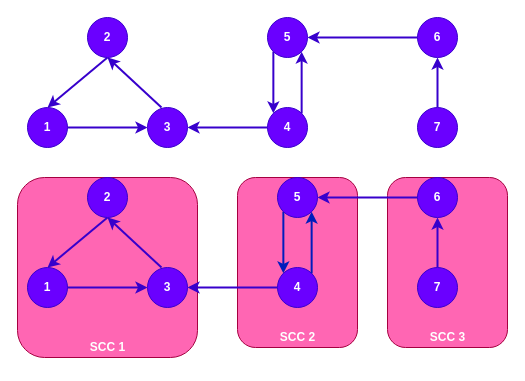
Before: page "Page-2" (2 of 2) of strongly connected components.drawio in pustvts/pustvts-info, a draw.io diagram. Source tidied: cells renumbered, new cells numbered last; positions are measured from the earlier drawing's top-left corner, leaving out a move shared by most shapes. Both pictures are drawn from the tidied source at 100%, with x=0, y=0 at pixel (17, 17).
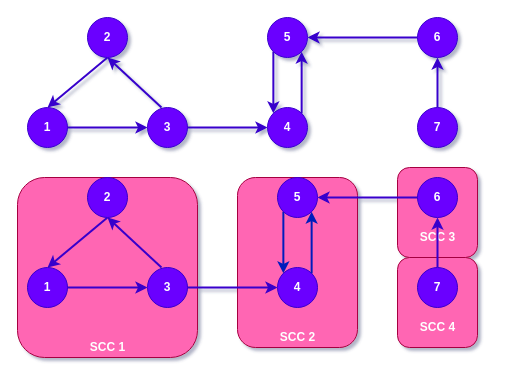
After the change.

Unchanged cells that the change refers to:
```xml
<mxCell id="5" style="group;fontStyle=1;" parent="1" vertex="1">
  <mxGeometry x="220" y="160" width="120" height="170" as="geometry" />
</mxCell>
<mxCell id="10" value="1" style="ellipse;whiteSpace=wrap;html=1;fillColor=#6a00ff;fontColor=#ffffff;strokeColor=#3700CC;fontStyle=1;" parent="1" vertex="1">
  <mxGeometry x="10" y="90" width="40" height="40" as="geometry" />
</mxCell>
<mxCell id="12" value="2" style="ellipse;whiteSpace=wrap;html=1;fillColor=#6a00ff;fontColor=#ffffff;strokeColor=#3700CC;fontStyle=1;" parent="1" vertex="1">
  <mxGeometry x="70" width="40" height="40" as="geometry" />
</mxCell>
<mxCell id="15" value="3" style="ellipse;whiteSpace=wrap;html=1;fillColor=#6a00ff;fontColor=#ffffff;strokeColor=#3700CC;fontStyle=1;" parent="1" vertex="1">
  <mxGeometry x="130" y="90" width="40" height="40" as="geometry" />
</mxCell>
<mxCell id="17" value="4" style="ellipse;whiteSpace=wrap;html=1;fillColor=#6a00ff;fontColor=#ffffff;strokeColor=#3700CC;fontStyle=1;" parent="1" vertex="1">
  <mxGeometry x="250" y="90" width="40" height="40" as="geometry" />
</mxCell>
<mxCell id="20" value="5" style="ellipse;whiteSpace=wrap;html=1;fillColor=#6a00ff;fontColor=#ffffff;strokeColor=#3700CC;fontStyle=1;" parent="1" vertex="1">
  <mxGeometry x="250" width="40" height="40" as="geometry" />
</mxCell>
<mxCell id="21" value="7" style="ellipse;whiteSpace=wrap;html=1;fillColor=#6a00ff;fontColor=#ffffff;strokeColor=#3700CC;fontStyle=1;" parent="1" vertex="1">
  <mxGeometry x="400" y="90" width="40" height="40" as="geometry" />
</mxCell>
<mxCell id="23" value="6" style="ellipse;whiteSpace=wrap;html=1;fillColor=#6a00ff;fontColor=#ffffff;strokeColor=#3700CC;fontStyle=1;" parent="1" vertex="1">
  <mxGeometry x="400" width="40" height="40" as="geometry" />
</mxCell>
<mxCell id="25" value="1" style="ellipse;whiteSpace=wrap;html=1;fillColor=#6a00ff;fontColor=#ffffff;strokeColor=#3700CC;fontStyle=1;" parent="1" vertex="1">
  <mxGeometry x="10" y="250" width="40" height="40" as="geometry" />
</mxCell>
<mxCell id="27" value="2" style="ellipse;whiteSpace=wrap;html=1;fillColor=#6a00ff;fontColor=#ffffff;strokeColor=#3700CC;fontStyle=1;" parent="1" vertex="1">
  <mxGeometry x="70" y="160" width="40" height="40" as="geometry" />
</mxCell>
<mxCell id="30" value="3" style="ellipse;whiteSpace=wrap;html=1;fillColor=#6a00ff;fontColor=#ffffff;strokeColor=#3700CC;fontStyle=1;" parent="1" vertex="1">
  <mxGeometry x="130" y="250" width="40" height="40" as="geometry" />
</mxCell>
<mxCell id="32" value="4" style="ellipse;whiteSpace=wrap;html=1;fillColor=#6a00ff;fontColor=#ffffff;strokeColor=#3700CC;fontStyle=1;" parent="1" vertex="1">
  <mxGeometry x="260" y="250" width="40" height="40" as="geometry" />
</mxCell>
<mxCell id="35" value="5" style="ellipse;whiteSpace=wrap;html=1;fillColor=#6a00ff;fontColor=#ffffff;strokeColor=#3700CC;fontStyle=1;" parent="1" vertex="1">
  <mxGeometry x="260" y="160" width="40" height="40" as="geometry" />
</mxCell>
<mxCell id="36" value="7" style="ellipse;whiteSpace=wrap;html=1;fillColor=#6a00ff;fontColor=#ffffff;strokeColor=#3700CC;fontStyle=1;" parent="1" vertex="1">
  <mxGeometry x="400" y="250" width="40" height="40" as="geometry" />
</mxCell>
<mxCell id="38" value="6" style="ellipse;whiteSpace=wrap;html=1;fillColor=#6a00ff;fontColor=#ffffff;strokeColor=#3700CC;fontStyle=1;" parent="1" vertex="1">
  <mxGeometry x="400" y="160" width="40" height="40" as="geometry" />
</mxCell>
```

Change to the diagram source:
```diff
@@
-<mxGraphModel>
+<mxGraphModel shadow="1">
@@
-    <mxCell id="2" style="group;fontStyle=1;" parent="1" vertex="1">
-      <mxGeometry x="370" y="160" width="120" height="170" as="geometry" />
-    </mxCell>
-    <mxCell id="3" style="whiteSpace=wrap;html=1;fillColor=#FF66B3;fontColor=#ffffff;strokeColor=#A50040;rounded=1;fontStyle=1;" parent="2" vertex="1">
-      <mxGeometry width="120" height="170" as="geometry" />
-    </mxCell>
+    <mxCell id="40" style="group;fontStyle=1;" parent="1" vertex="1">
+      <mxGeometry x="380" y="150" width="80" height="100" as="geometry" />
+    </mxCell>
+    <mxCell id="41" style="whiteSpace=wrap;html=1;fillColor=#FF66B3;fontColor=#ffffff;strokeColor=#A50040;rounded=1;fontStyle=1;" parent="40" vertex="1">
+      <mxGeometry width="80" height="90" as="geometry" />
+    </mxCell>
-    <mxCell id="4" value="SCC 3" style="text;html=1;align=center;verticalAlign=middle;strokeColor=none;fillColor=none;fontColor=#FFFFFF;fontStyle=1;" parent="2" vertex="1">
-      <mxGeometry x="30" y="150" width="60" height="20" as="geometry" />
+    <mxCell id="4" value="SCC 3" style="text;html=1;align=center;verticalAlign=middle;strokeColor=none;fillColor=none;fontColor=#FFFFFF;fontStyle=1;" parent="40" vertex="1">
+      <mxGeometry x="10" y="60" width="60" height="20" as="geometry" />
     </mxCell>
+    <mxCell id="42" style="group;fontStyle=1;" parent="1" vertex="1">
+      <mxGeometry x="380" y="240" width="80" height="100" as="geometry" />
+    </mxCell>
+    <mxCell id="43" style="whiteSpace=wrap;html=1;fillColor=#FF66B3;fontColor=#ffffff;strokeColor=#A50040;rounded=1;fontStyle=1;" parent="42" vertex="1">
+      <mxGeometry width="80" height="90" as="geometry" />
+    </mxCell>
+    <mxCell id="44" value="SCC 4" style="text;html=1;align=center;verticalAlign=middle;strokeColor=none;fillColor=none;fontColor=#FFFFFF;fontStyle=1;" parent="42" vertex="1">
+      <mxGeometry x="10" y="60" width="60" height="20" as="geometry" />
+    </mxCell>
@@
-    <mxCell id="6" style="whiteSpace=wrap;html=1;fillColor=#FF66B3;fontColor=#ffffff;strokeColor=#A50040;rounded=1;fontStyle=1;" parent="5" vertex="1">
-      <mxGeometry width="120" height="170" as="geometry" />
-    </mxCell>
+    <mxCell id="45" style="whiteSpace=wrap;html=1;fillColor=#FF66B3;fontColor=#ffffff;strokeColor=#A50040;rounded=1;fontStyle=1;" parent="5" vertex="1">
+      <mxGeometry width="120" height="170" as="geometry" />
+    </mxCell>
@@
-    <mxCell id="9" style="edgeStyle=none;rounded=0;jettySize=auto;html=1;exitX=0.5;exitY=0;exitDx=0;exitDy=0;entryX=0.5;entryY=1;entryDx=0;entryDy=0;fillColor=#6a00ff;strokeColor=#3700CC;strokeWidth=2;fontStyle=1;endArrow=none;endFill=0;startArrow=classic;startFill=1;" parent="1" edge="1" source="10" target="12">
+    <mxCell id="9" style="edgeStyle=none;rounded=0;jettySize=auto;html=1;exitX=0.5;exitY=0;exitDx=0;exitDy=0;entryX=0.5;entryY=1;entryDx=0;entryDy=0;fillColor=#6a00ff;strokeColor=#3700CC;strokeWidth=2;fontStyle=1;startArrow=classic;startFill=1;endArrow=none;endFill=0;" parent="1" edge="1" source="10" target="12">
       <mxGeometry relative="1" as="geometry" />
     </mxCell>
@@
-    <mxCell id="11" style="edgeStyle=none;rounded=0;jettySize=auto;html=1;exitX=0.5;exitY=1;exitDx=0;exitDy=0;entryX=0.35;entryY=0;entryDx=0;entryDy=0;entryPerimeter=0;fillColor=#6a00ff;strokeColor=#3700CC;strokeWidth=2;fontStyle=1;endArrow=none;endFill=0;startArrow=classic;startFill=1;" parent="1" edge="1" source="12" target="15">
+    <mxCell id="11" style="edgeStyle=none;rounded=0;jettySize=auto;html=1;exitX=0.5;exitY=1;exitDx=0;exitDy=0;entryX=0.35;entryY=0;entryDx=0;entryDy=0;entryPerimeter=0;fillColor=#6a00ff;strokeColor=#3700CC;strokeWidth=2;fontStyle=1;startArrow=classic;startFill=1;endArrow=none;endFill=0;" parent="1" edge="1" source="12" target="15">
       <mxGeometry relative="1" as="geometry" />
     </mxCell>
@@
-    <mxCell id="13" style="edgeStyle=none;rounded=0;jettySize=auto;html=1;exitX=0;exitY=0.5;exitDx=0;exitDy=0;entryX=1;entryY=0.5;entryDx=0;entryDy=0;fillColor=#6a00ff;strokeColor=#3700CC;strokeWidth=2;fontStyle=1;endArrow=none;endFill=0;startArrow=classic;startFill=1;" parent="1" edge="1" source="15" target="10">
+    <mxCell id="13" style="edgeStyle=none;rounded=0;jettySize=auto;html=1;exitX=0;exitY=0.5;exitDx=0;exitDy=0;entryX=1;entryY=0.5;entryDx=0;entryDy=0;fillColor=#6a00ff;strokeColor=#3700CC;strokeWidth=2;fontStyle=1;startArrow=classic;startFill=1;endArrow=none;endFill=0;" parent="1" edge="1" source="15" target="10">
       <mxGeometry relative="1" as="geometry" />
     </mxCell>
-    <mxCell id="14" style="edgeStyle=none;rounded=0;jettySize=auto;html=1;exitX=1;exitY=0.5;exitDx=0;exitDy=0;entryX=0;entryY=0.5;entryDx=0;entryDy=0;fillColor=#6a00ff;strokeColor=#3700CC;strokeWidth=2;fontStyle=1;endArrow=none;endFill=0;startArrow=classic;startFill=1;" parent="1" edge="1" source="15" target="17">
-      <mxGeometry relative="1" as="geometry" />
-    </mxCell>
@@
-    <mxCell id="16" style="edgeStyle=orthogonalEdgeStyle;rounded=0;jettySize=auto;html=1;exitX=0;exitY=0;exitDx=0;exitDy=0;entryX=0;entryY=1;entryDx=0;entryDy=0;fillColor=#6a00ff;strokeColor=#3700CC;strokeWidth=2;fontStyle=1;endArrow=none;endFill=0;startArrow=classic;startFill=1;" parent="1" edge="1" source="17" target="20">
+    <mxCell id="16" style="edgeStyle=orthogonalEdgeStyle;rounded=0;jettySize=auto;html=1;exitX=0;exitY=0;exitDx=0;exitDy=0;entryX=0;entryY=1;entryDx=0;entryDy=0;fillColor=#6a00ff;strokeColor=#3700CC;strokeWidth=2;fontStyle=1;startArrow=classic;startFill=1;endArrow=none;endFill=0;" parent="1" edge="1" source="17" target="20">
       <mxGeometry relative="1" as="geometry" />
     </mxCell>
@@
-    <mxCell id="18" style="edgeStyle=none;rounded=0;jettySize=auto;html=1;exitX=1;exitY=0.5;exitDx=0;exitDy=0;entryX=0;entryY=0.5;entryDx=0;entryDy=0;fillColor=#6a00ff;strokeColor=#3700CC;strokeWidth=2;fontStyle=1;endArrow=none;endFill=0;startArrow=classic;startFill=1;" parent="1" edge="1" source="20" target="23">
+    <mxCell id="18" style="edgeStyle=none;rounded=0;jettySize=auto;html=1;exitX=1;exitY=0.5;exitDx=0;exitDy=0;entryX=0;entryY=0.5;entryDx=0;entryDy=0;fillColor=#6a00ff;strokeColor=#3700CC;strokeWidth=2;fontStyle=1;startArrow=classic;startFill=1;endArrow=none;endFill=0;" parent="1" edge="1" source="20" target="23">
       <mxGeometry relative="1" as="geometry" />
     </mxCell>
-    <mxCell id="19" style="edgeStyle=orthogonalEdgeStyle;rounded=0;jettySize=auto;html=1;exitX=1;exitY=1;exitDx=0;exitDy=0;entryX=1;entryY=0;entryDx=0;entryDy=0;fillColor=#6a00ff;strokeColor=#3700CC;strokeWidth=2;fontStyle=1;endArrow=none;endFill=0;startArrow=classic;startFill=1;" parent="1" edge="1" source="20" target="17">
+    <mxCell id="19" style="edgeStyle=orthogonalEdgeStyle;rounded=0;jettySize=auto;html=1;exitX=1;exitY=1;exitDx=0;exitDy=0;entryX=1;entryY=0;entryDx=0;entryDy=0;fillColor=#6a00ff;strokeColor=#3700CC;strokeWidth=2;fontStyle=1;startArrow=classic;startFill=1;endArrow=none;endFill=0;" parent="1" edge="1" source="20" target="17">
       <mxGeometry relative="1" as="geometry" />
     </mxCell>
@@
-    <mxCell id="22" style="edgeStyle=none;rounded=0;jettySize=auto;html=1;exitX=0.5;exitY=1;exitDx=0;exitDy=0;entryX=0.5;entryY=0;entryDx=0;entryDy=0;fillColor=#6a00ff;strokeColor=#3700CC;strokeWidth=2;fontStyle=1;endArrow=none;endFill=0;startArrow=classic;startFill=1;" parent="1" edge="1" source="23" target="21">
+    <mxCell id="22" style="edgeStyle=none;rounded=0;jettySize=auto;html=1;exitX=0.5;exitY=1;exitDx=0;exitDy=0;entryX=0.5;entryY=0;entryDx=0;entryDy=0;fillColor=#6a00ff;strokeColor=#3700CC;strokeWidth=2;fontStyle=1;startArrow=classic;startFill=1;endArrow=none;endFill=0;" parent="1" edge="1" source="23" target="21">
       <mxGeometry relative="1" as="geometry" />
     </mxCell>
@@
-    <mxCell id="24" style="edgeStyle=none;rounded=0;jettySize=auto;html=1;exitX=0.5;exitY=0;exitDx=0;exitDy=0;entryX=0.5;entryY=1;entryDx=0;entryDy=0;fillColor=#6a00ff;strokeColor=#3700CC;strokeWidth=2;fontStyle=1;endArrow=none;endFill=0;startArrow=classic;startFill=1;" parent="1" edge="1" source="25" target="27">
+    <mxCell id="24" style="edgeStyle=none;rounded=0;jettySize=auto;html=1;exitX=0.5;exitY=0;exitDx=0;exitDy=0;entryX=0.5;entryY=1;entryDx=0;entryDy=0;fillColor=#6a00ff;strokeColor=#3700CC;strokeWidth=2;fontStyle=1;startArrow=classic;startFill=1;endArrow=none;endFill=0;" parent="1" edge="1" source="25" target="27">
       <mxGeometry relative="1" as="geometry" />
     </mxCell>
@@
-    <mxCell id="26" style="edgeStyle=none;rounded=0;jettySize=auto;html=1;exitX=0.5;exitY=1;exitDx=0;exitDy=0;entryX=0.35;entryY=0;entryDx=0;entryDy=0;entryPerimeter=0;fillColor=#6a00ff;strokeColor=#3700CC;strokeWidth=2;fontStyle=1;endArrow=none;endFill=0;startArrow=classic;startFill=1;" parent="1" edge="1" source="27" target="30">
+    <mxCell id="26" style="edgeStyle=none;rounded=0;jettySize=auto;html=1;exitX=0.5;exitY=1;exitDx=0;exitDy=0;entryX=0.35;entryY=0;entryDx=0;entryDy=0;entryPerimeter=0;fillColor=#6a00ff;strokeColor=#3700CC;strokeWidth=2;fontStyle=1;startArrow=classic;startFill=1;endArrow=none;endFill=0;" parent="1" edge="1" source="27" target="30">
       <mxGeometry relative="1" as="geometry" />
     </mxCell>
@@
-    <mxCell id="28" style="edgeStyle=none;rounded=0;jettySize=auto;html=1;exitX=0;exitY=0.5;exitDx=0;exitDy=0;entryX=1;entryY=0.5;entryDx=0;entryDy=0;fillColor=#6a00ff;strokeColor=#3700CC;strokeWidth=2;fontStyle=1;endArrow=none;endFill=0;startArrow=classic;startFill=1;" parent="1" edge="1" source="30" target="25">
+    <mxCell id="28" style="edgeStyle=none;rounded=0;jettySize=auto;html=1;exitX=0;exitY=0.5;exitDx=0;exitDy=0;entryX=1;entryY=0.5;entryDx=0;entryDy=0;fillColor=#6a00ff;strokeColor=#3700CC;strokeWidth=2;fontStyle=1;startArrow=classic;startFill=1;endArrow=none;endFill=0;" parent="1" edge="1" source="30" target="25">
       <mxGeometry relative="1" as="geometry" />
     </mxCell>
-    <mxCell id="29" style="edgeStyle=none;rounded=0;jettySize=auto;html=1;exitX=1;exitY=0.5;exitDx=0;exitDy=0;entryX=0;entryY=0.5;entryDx=0;entryDy=0;fillColor=#6a00ff;strokeColor=#3700CC;strokeWidth=2;fontStyle=1;endArrow=none;endFill=0;startArrow=classic;startFill=1;" parent="1" edge="1" source="30" target="32">
-      <mxGeometry relative="1" as="geometry" />
-    </mxCell>
+    <mxCell id="46" style="edgeStyle=none;rounded=0;jettySize=auto;html=1;exitX=0;exitY=0.5;exitDx=0;exitDy=0;fillColor=#6a00ff;strokeColor=#3700CC;strokeWidth=2;fontStyle=1;entryX=1;entryY=0.5;entryDx=0;entryDy=0;startArrow=classic;startFill=1;endArrow=none;endFill=0;" parent="1" edge="1" source="32" target="30">
+      <mxGeometry relative="1" as="geometry" />
+    </mxCell>
@@
-    <mxCell id="31" style="edgeStyle=orthogonalEdgeStyle;rounded=0;jettySize=auto;html=1;exitX=0;exitY=0;exitDx=0;exitDy=0;entryX=0;entryY=1;entryDx=0;entryDy=0;fillColor=#0050ef;strokeColor=#001DBC;strokeWidth=2;fontStyle=1;endArrow=none;endFill=0;startArrow=classic;startFill=1;" parent="1" edge="1" source="32" target="35">
+    <mxCell id="31" style="edgeStyle=orthogonalEdgeStyle;rounded=0;jettySize=auto;html=1;exitX=0;exitY=0;exitDx=0;exitDy=0;entryX=0;entryY=1;entryDx=0;entryDy=0;fillColor=#0050ef;strokeColor=#001DBC;strokeWidth=2;fontStyle=1;startArrow=classic;startFill=1;endArrow=none;endFill=0;" parent="1" edge="1" source="32" target="35">
       <mxGeometry relative="1" as="geometry" />
     </mxCell>
@@
-    <mxCell id="33" style="edgeStyle=none;rounded=0;jettySize=auto;html=1;exitX=1;exitY=0.5;exitDx=0;exitDy=0;entryX=0;entryY=0.5;entryDx=0;entryDy=0;fillColor=#6a00ff;strokeColor=#3700CC;strokeWidth=2;fontStyle=1;endArrow=none;endFill=0;startArrow=classic;startFill=1;" parent="1" edge="1" source="35" target="38">
+    <mxCell id="33" style="edgeStyle=none;rounded=0;jettySize=auto;html=1;exitX=1;exitY=0.5;exitDx=0;exitDy=0;entryX=0;entryY=0.5;entryDx=0;entryDy=0;fillColor=#6a00ff;strokeColor=#3700CC;strokeWidth=2;fontStyle=1;startArrow=classic;startFill=1;endArrow=none;endFill=0;" parent="1" edge="1" source="35" target="38">
       <mxGeometry relative="1" as="geometry" />
     </mxCell>
-    <mxCell id="34" style="edgeStyle=orthogonalEdgeStyle;rounded=0;jettySize=auto;html=1;exitX=1;exitY=1;exitDx=0;exitDy=0;entryX=1;entryY=0;entryDx=0;entryDy=0;fillColor=#0050ef;strokeColor=#001DBC;strokeWidth=2;fontStyle=1;endArrow=none;endFill=0;startArrow=classic;startFill=1;" parent="1" edge="1" source="35" target="32">
+    <mxCell id="34" style="edgeStyle=orthogonalEdgeStyle;rounded=0;jettySize=auto;html=1;exitX=1;exitY=1;exitDx=0;exitDy=0;entryX=1;entryY=0;entryDx=0;entryDy=0;fillColor=#0050ef;strokeColor=#001DBC;strokeWidth=2;fontStyle=1;startArrow=classic;startFill=1;endArrow=none;endFill=0;" parent="1" edge="1" source="35" target="32">
       <mxGeometry relative="1" as="geometry" />
     </mxCell>
@@
-    <mxCell id="37" style="edgeStyle=none;rounded=0;jettySize=auto;html=1;exitX=0.5;exitY=1;exitDx=0;exitDy=0;entryX=0.5;entryY=0;entryDx=0;entryDy=0;fillColor=#6a00ff;strokeColor=#3700CC;strokeWidth=2;fontStyle=1;endArrow=none;endFill=0;startArrow=classic;startFill=1;" parent="1" edge="1" source="38" target="36">
+    <mxCell id="37" style="edgeStyle=none;rounded=0;jettySize=auto;html=1;exitX=0.5;exitY=1;exitDx=0;exitDy=0;entryX=0.5;entryY=0;entryDx=0;entryDy=0;fillColor=#6a00ff;strokeColor=#3700CC;strokeWidth=2;fontStyle=1;startArrow=classic;startFill=1;endArrow=none;endFill=0;" parent="1" edge="1" source="38" target="36">
       <mxGeometry relative="1" as="geometry" />
     </mxCell>
@@
+    <mxCell id="47" style="edgeStyle=none;rounded=0;jettySize=auto;html=1;fillColor=#6a00ff;strokeColor=#3700CC;strokeWidth=2;fontStyle=1;startArrow=classic;startFill=1;endArrow=none;endFill=0;exitX=0;exitY=0.5;exitDx=0;exitDy=0;entryX=1;entryY=0.5;entryDx=0;entryDy=0;" parent="1" edge="1" source="17" target="15">
+      <mxGeometry relative="1" as="geometry" />
+    </mxCell>
```
